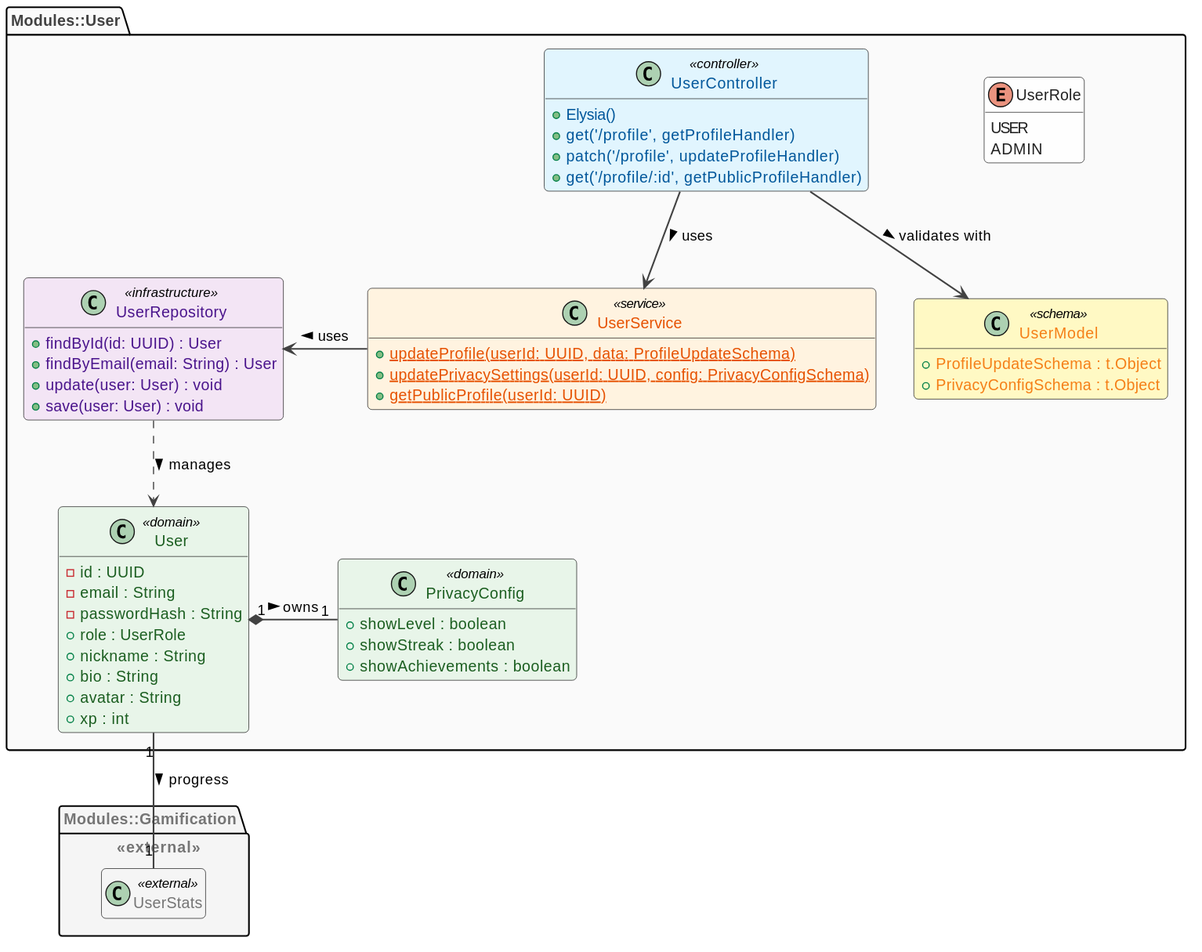
BerlyCS/AlToke keeps this PlantUML diagram as docs/classes/assets/user_module.svg. Above is the earlier version.
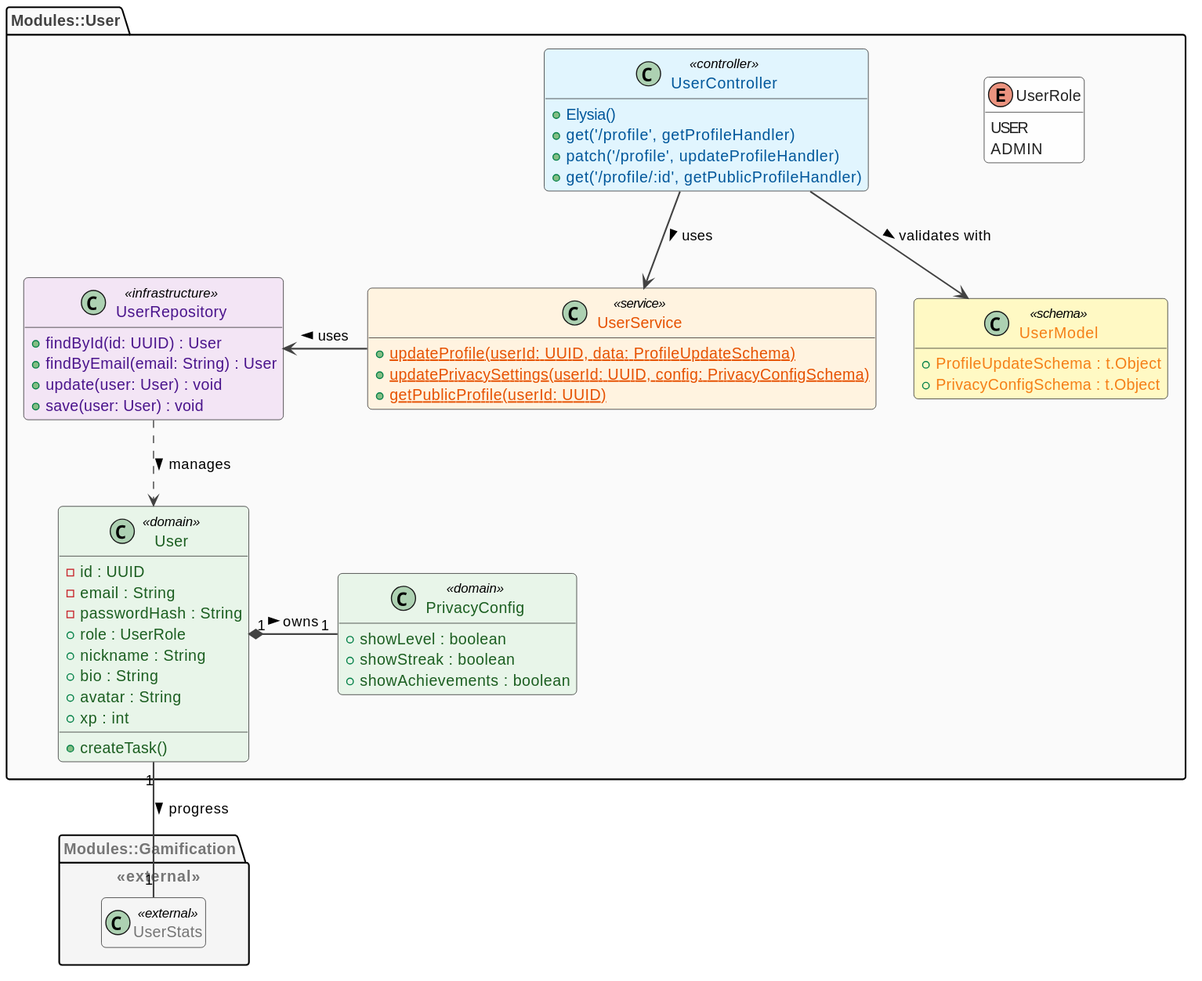
Above is the later version.

Diff of the diagram source:
```diff
@@ -28,6 +28,7 @@
     + bio : String
     + avatar : String
     + xp : int
+    + createTask()
   }
 
   class PrivacyConfig <<domain>> {
```
